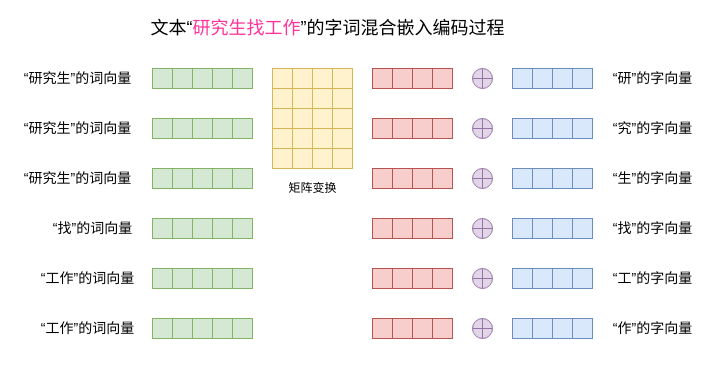
This is page "第 4 页" (4 of 12) of 未命名绘图.drawio from DOLO520/data-analysis, a draw.io file, before an edit. Source tidied: cells renumbered, new cells numbered last; positions are measured from the earlier drawing's top-left corner, leaving out a move shared by most shapes. Both pictures are drawn from the tidied source at 100%, with x=0, y=0 at pixel (17, 18).
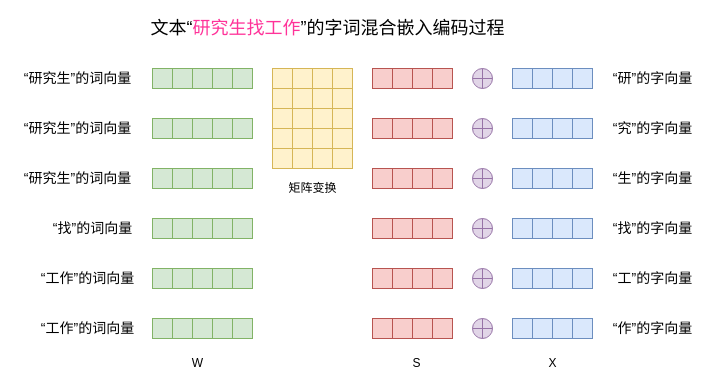
The same page after the edit.

What changed in the source:
```diff
@@
+    <mxCell id="143" value="W" style="text;html=1;align=center;verticalAlign=middle;strokeColor=none;" parent="1" vertex="1">
+      <mxGeometry x="165" y="335" width="30" height="20" as="geometry" />
+    </mxCell>
+    <mxCell id="144" value="S" style="text;html=1;align=center;verticalAlign=middle;strokeColor=none;" parent="1" vertex="1">
+      <mxGeometry x="389" y="335" width="20" height="20" as="geometry" />
+    </mxCell>
+    <mxCell id="145" value="X" style="text;html=1;align=center;verticalAlign=middle;strokeColor=none;" parent="1" vertex="1">
+      <mxGeometry x="525" y="335" width="20" height="20" as="geometry" />
+    </mxCell>
```
